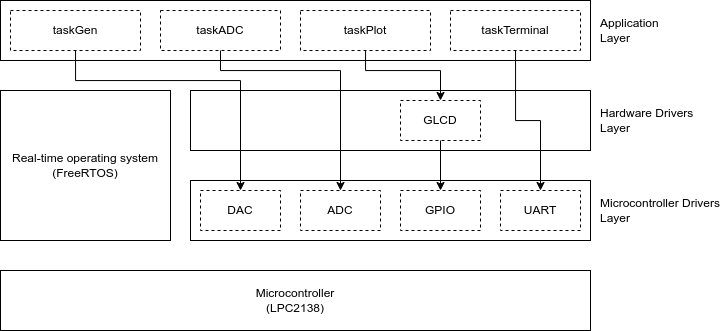
This is docs/system-diagrams-software-architecture.drawio.png from karim-m-ali/SignalGenie, a draw.io export, as it was before one commit. Source tidied: cells renumbered, new cells last; positions are measured from the earlier drawing's top-left corner, leaving out a move shared by most shapes. The source it was exported from:
```xml
<mxGraphModel>
  <root>
    <mxCell id="0" />
    <mxCell id="1" parent="0" />
    <mxCell id="2" value="Application&lt;div&gt;Layer&lt;/div&gt;" style="rounded=0;whiteSpace=wrap;html=1;labelPosition=right;verticalLabelPosition=middle;align=left;verticalAlign=middle;spacing=10;" parent="1" vertex="1">
      <mxGeometry width="590" height="60" as="geometry" />
    </mxCell>
    <mxCell id="3" value="Microcontroller Drivers&lt;div&gt;Layer&lt;/div&gt;" style="rounded=0;whiteSpace=wrap;html=1;labelPosition=right;verticalLabelPosition=middle;align=left;verticalAlign=middle;spacing=10;" parent="1" vertex="1">
      <mxGeometry x="190" y="180" width="400" height="60" as="geometry" />
    </mxCell>
    <mxCell id="4" value="Real-time operating system&lt;div&gt;(FreeRTOS)&lt;/div&gt;" style="rounded=0;whiteSpace=wrap;html=1;labelPosition=center;verticalLabelPosition=middle;align=center;verticalAlign=middle;" parent="1" vertex="1">
      <mxGeometry y="90" width="170" height="150" as="geometry" />
    </mxCell>
    <mxCell id="5" value="taskGen" style="rounded=0;whiteSpace=wrap;html=1;dashed=1;" parent="1" vertex="1">
      <mxGeometry x="10" y="10" width="130" height="40" as="geometry" />
    </mxCell>
    <mxCell id="6" value="taskPlot" style="rounded=0;whiteSpace=wrap;html=1;dashed=1;" parent="1" vertex="1">
      <mxGeometry x="300" y="10" width="130" height="40" as="geometry" />
    </mxCell>
    <mxCell id="7" value="taskADC" style="rounded=0;whiteSpace=wrap;html=1;dashed=1;" parent="1" vertex="1">
      <mxGeometry x="160" y="10" width="120" height="40" as="geometry" />
    </mxCell>
    <mxCell id="8" value="taskTerminal" style="rounded=0;whiteSpace=wrap;html=1;dashed=1;" parent="1" vertex="1">
      <mxGeometry x="450" y="10" width="130" height="40" as="geometry" />
    </mxCell>
    <mxCell id="9" value="UART" style="rounded=0;whiteSpace=wrap;html=1;dashed=1;" parent="1" vertex="1">
      <mxGeometry x="500" y="190" width="80" height="40" as="geometry" />
    </mxCell>
    <mxCell id="10" value="GPIO" style="rounded=0;whiteSpace=wrap;html=1;dashed=1;" parent="1" vertex="1">
      <mxGeometry x="400" y="190" width="80" height="40" as="geometry" />
    </mxCell>
    <mxCell id="11" value="DAC" style="rounded=0;whiteSpace=wrap;html=1;dashed=1;" parent="1" vertex="1">
      <mxGeometry x="200" y="190" width="80" height="40" as="geometry" />
    </mxCell>
    <mxCell id="12" value="ADC" style="rounded=0;whiteSpace=wrap;html=1;dashed=1;" parent="1" vertex="1">
      <mxGeometry x="300" y="190" width="80" height="40" as="geometry" />
    </mxCell>
    <mxCell id="13" value="Microcontroller&lt;div&gt;(LPC2138)&lt;/div&gt;" style="rounded=0;whiteSpace=wrap;html=1;" parent="1" vertex="1">
      <mxGeometry y="270" width="590" height="60" as="geometry" />
    </mxCell>
    <mxCell id="14" value="Hardware Drivers&lt;div&gt;Layer&lt;/div&gt;" style="rounded=0;whiteSpace=wrap;html=1;labelPosition=right;verticalLabelPosition=middle;align=left;verticalAlign=middle;spacing=10;" parent="1" vertex="1">
      <mxGeometry x="190" y="90" width="400" height="60" as="geometry" />
    </mxCell>
    <mxCell id="15" value="GLCD" style="rounded=0;whiteSpace=wrap;html=1;dashed=1;" parent="1" vertex="1">
      <mxGeometry x="400" y="100" width="80" height="40" as="geometry" />
    </mxCell>
    <mxCell id="16" style="endArrow=classic;html=1;rounded=0;edgeStyle=orthogonalEdgeStyle;elbow=vertical;curved=1;" parent="1" edge="1" source="15" target="10">
      <mxGeometry relative="1" as="geometry" />
    </mxCell>
    <mxCell id="17" style="endArrow=classic;html=1;rounded=0;elbow=vertical;edgeStyle=orthogonalEdgeStyle;" parent="1" edge="1" source="8" target="9">
      <mxGeometry relative="1" as="geometry" />
    </mxCell>
    <mxCell id="18" style="endArrow=classic;html=1;rounded=0;elbow=vertical;edgeStyle=orthogonalEdgeStyle;" parent="1" edge="1" source="7" target="12">
      <mxGeometry relative="1" as="geometry">
        <Array as="points">
          <mxPoint x="220" y="70" />
          <mxPoint x="340" y="70" />
        </Array>
      </mxGeometry>
    </mxCell>
    <mxCell id="19" style="endArrow=classic;html=1;rounded=0;elbow=vertical;edgeStyle=orthogonalEdgeStyle;" parent="1" edge="1" source="5" target="11">
      <mxGeometry relative="1" as="geometry">
        <Array as="points">
          <mxPoint x="75" y="80" />
          <mxPoint x="240" y="80" />
        </Array>
      </mxGeometry>
    </mxCell>
    <mxCell id="20" style="endArrow=classic;html=1;rounded=0;elbow=vertical;edgeStyle=orthogonalEdgeStyle;" parent="1" edge="1" source="6" target="15">
      <mxGeometry relative="1" as="geometry">
        <Array as="points">
          <mxPoint x="365" y="70" />
          <mxPoint x="440" y="70" />
        </Array>
      </mxGeometry>
    </mxCell>
  </root>
</mxGraphModel>
```
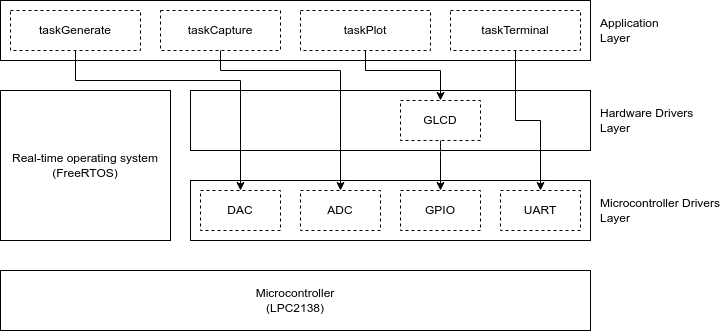
The same file after the commit.

Commit message:
edited system diagrams

What changed in the source:
```diff
@@ -11,13 +11,13 @@
     <mxCell id="4" value="Real-time operating system&lt;div&gt;(FreeRTOS)&lt;/div&gt;" style="rounded=0;whiteSpace=wrap;html=1;labelPosition=center;verticalLabelPosition=middle;align=center;verticalAlign=middle;" parent="1" vertex="1">
       <mxGeometry y="90" width="170" height="150" as="geometry" />
     </mxCell>
-    <mxCell id="5" value="taskGen" style="rounded=0;whiteSpace=wrap;html=1;dashed=1;" parent="1" vertex="1">
+    <mxCell id="5" value="taskGenerate" style="rounded=0;whiteSpace=wrap;html=1;dashed=1;" parent="1" vertex="1">
       <mxGeometry x="10" y="10" width="130" height="40" as="geometry" />
     </mxCell>
     <mxCell id="6" value="taskPlot" style="rounded=0;whiteSpace=wrap;html=1;dashed=1;" parent="1" vertex="1">
       <mxGeometry x="300" y="10" width="130" height="40" as="geometry" />
     </mxCell>
-    <mxCell id="7" value="taskADC" style="rounded=0;whiteSpace=wrap;html=1;dashed=1;" parent="1" vertex="1">
+    <mxCell id="7" value="taskCapture" style="rounded=0;whiteSpace=wrap;html=1;dashed=1;" parent="1" vertex="1">
       <mxGeometry x="160" y="10" width="120" height="40" as="geometry" />
     </mxCell>
     <mxCell id="8" value="taskTerminal" style="rounded=0;whiteSpace=wrap;html=1;dashed=1;" parent="1" vertex="1">
```
